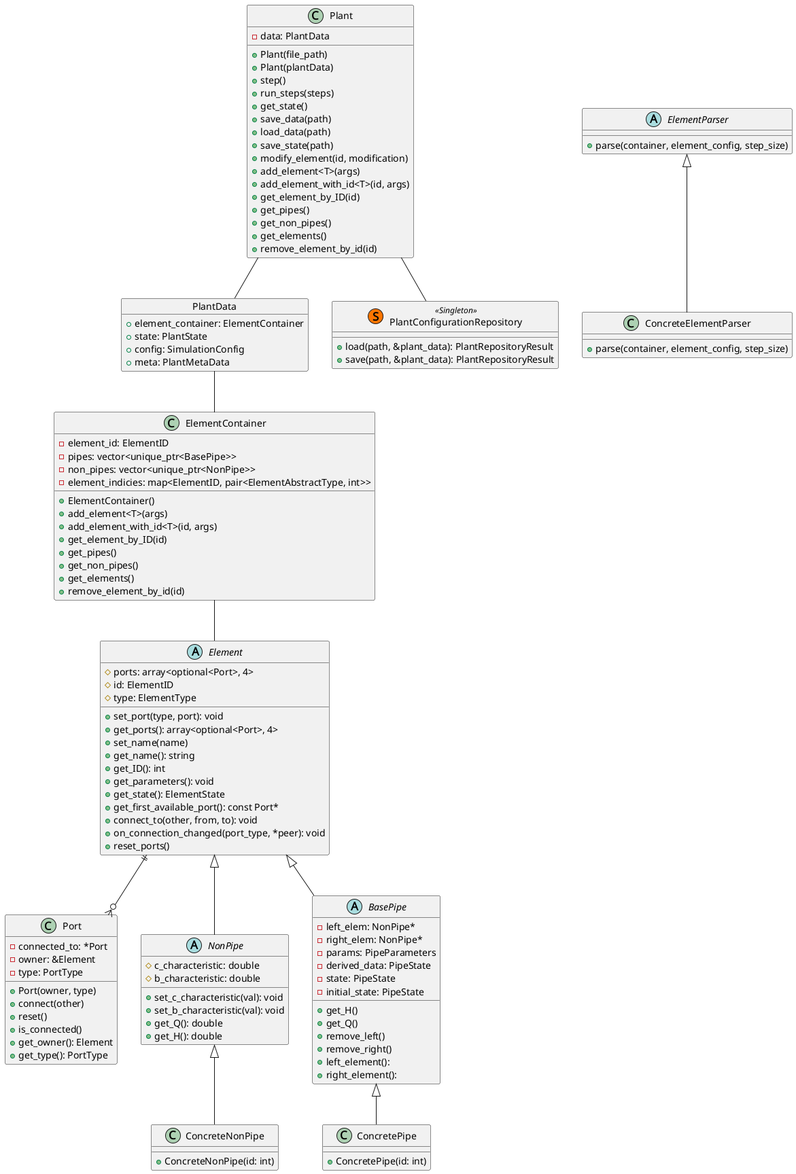
Above: assets/system_architecture.png in LVTrans/LVTransCore (PlantUML), before the change.
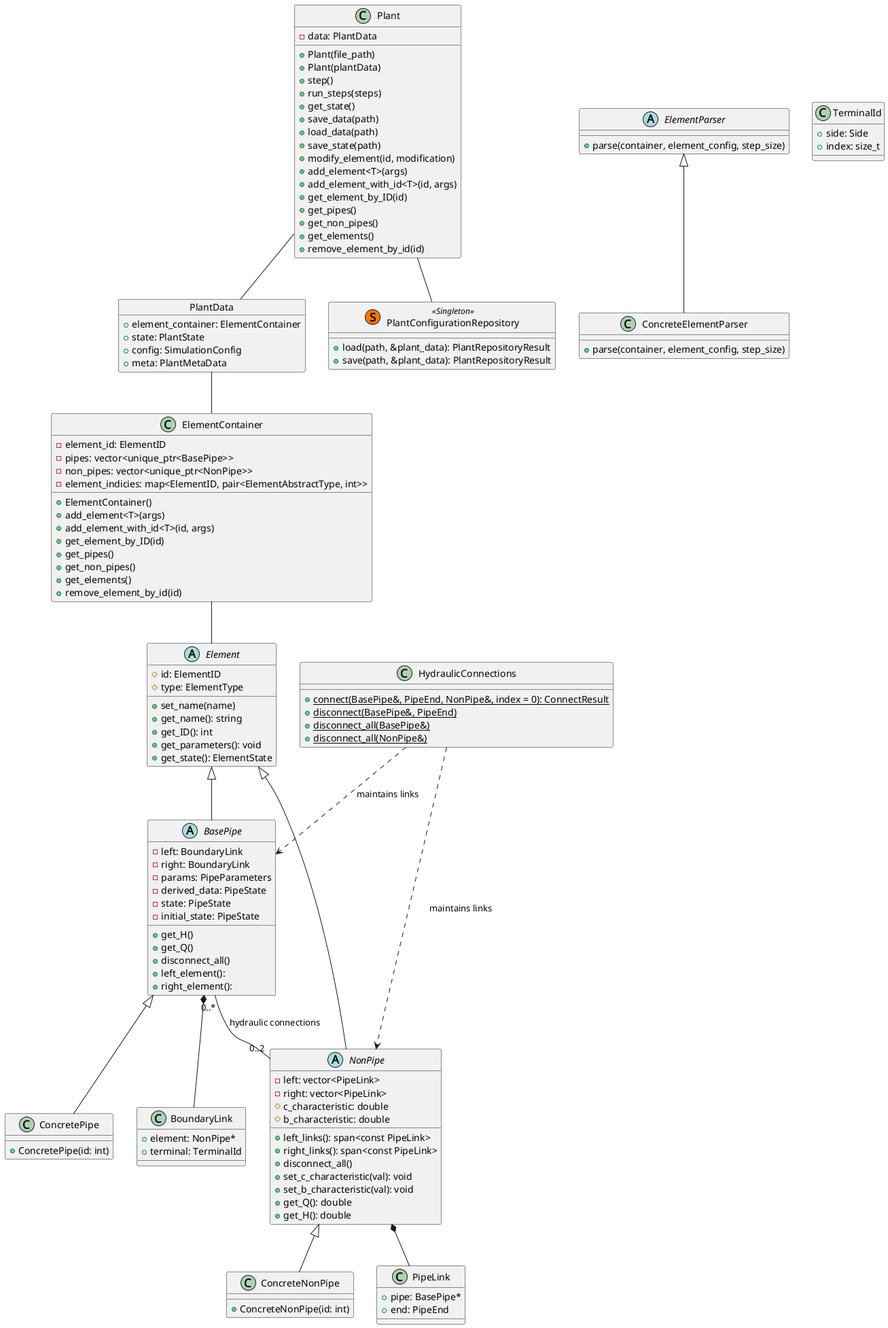
Above is the later version.

Diff of the diagram source:
```diff
@@ -1,36 +1,22 @@
 @startuml
 
-class Port {
-  + Port(owner, type)
-  + connect(other)
-  + reset()
-  + is_connected()
-  + get_owner(): Element
-  + get_type(): PortType
-  - connected_to: *Port
-  - owner: &Element
-  - type: PortType
-}
-
 abstract class Element {
-  # ports: array<optional<Port>, 4>
   # id: ElementID
   # type: ElementType
-  + set_port(type, port): void
-  + get_ports(): array<optional<Port>, 4>
   + set_name(name)
   + get_name(): string
   + get_ID(): int
   + get_parameters(): void
   + get_state(): ElementState
-  + get_first_available_port(): const Port*
-  + connect_to(other, from, to): void
-  + on_connection_changed(port_type, *peer): void
-  + reset_ports()
 
 }
 
 abstract class NonPipe {
+  - left: vector<PipeLink>
+  - right: vector<PipeLink>
+  + left_links(): span<const PipeLink>
+  + right_links(): span<const PipeLink>
+  + disconnect_all()
   # c_characteristic: double
   # b_characteristic: double
   + set_c_characteristic(val): void
@@ -41,16 +27,15 @@
 }
 
 abstract class BasePipe {
-  - left_elem: NonPipe*
-  - right_elem: NonPipe*
+  - left: BoundaryLink
+  - right: BoundaryLink
   - params: PipeParameters
   - derived_data: PipeState
   - state: PipeState
   - initial_state: PipeState
   + get_H()
   + get_Q()
-  + remove_left()
-  + remove_right()
+  + disconnect_all()
   + left_element():
   + right_element():
 }
@@ -125,14 +110,38 @@
 
 
 
+class HydraulicConnections {
+  {static} + connect(BasePipe&, PipeEnd, NonPipe&, index = 0): ConnectResult
+  {static} + disconnect(BasePipe&, PipeEnd)
+  {static} + disconnect_all(BasePipe&)
+  {static} + disconnect_all(NonPipe&)
+}
+
+class BoundaryLink {
+  + element: NonPipe*
+  + terminal: TerminalId
+}
+class PipeLink {
+  + pipe: BasePipe*
+  + end: PipeEnd
+}
+class TerminalId {
+  + side: Side
+  + index: size_t
+}
+
+HydraulicConnections ..> BasePipe : maintains links
+HydraulicConnections ..> NonPipe : maintains links
+BasePipe *-- BoundaryLink
+NonPipe *-- PipeLink
 Plant -- PlantData
 
 Element <|-- NonPipe
 Element <|-- BasePipe
-Element ||--o{ Port
 
 NonPipe <|-- ConcreteNonPipe
 BasePipe <|-- ConcretePipe
+BasePipe "0..*" -- "0..2" NonPipe : hydraulic connections
 
 ElementParser <|-- ConcreteElementParser
 
```
